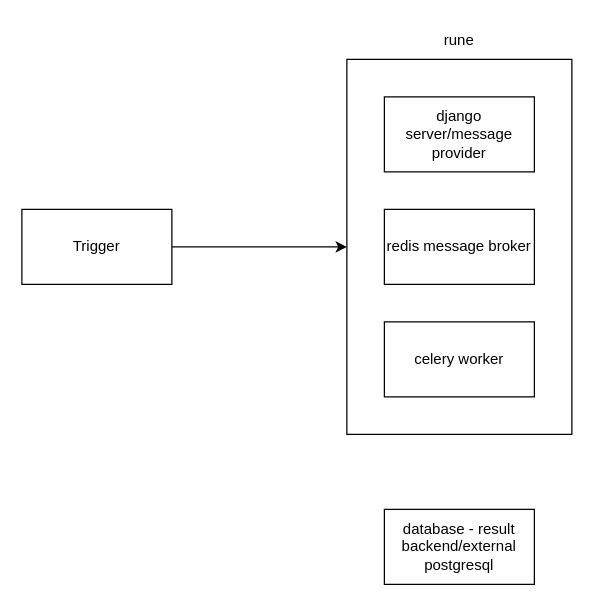
Before: page "rune" (4 of 10) of scanning_engine.drawio in abhijitacharya793/bolt, a draw.io diagram. Source tidied: cells renumbered, new cells numbered last; positions are measured from the earlier drawing's top-left corner, leaving out a move shared by most shapes. Both pictures are drawn from the tidied source at 125%, with x=0, y=0 at pixel (21, 21).
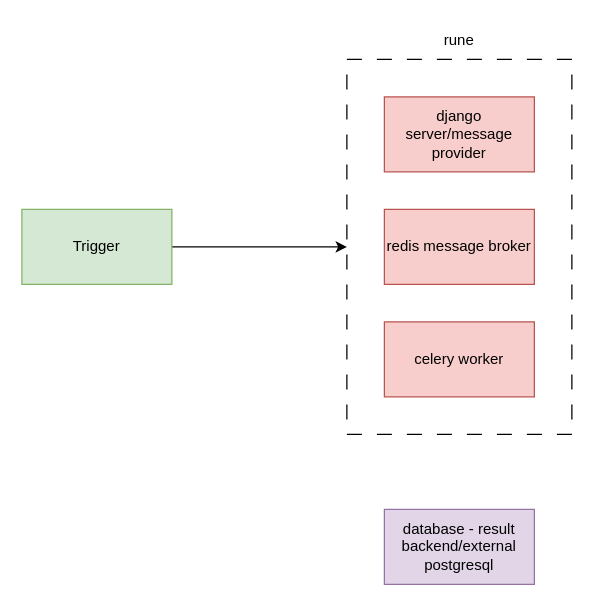
After the change.

The edit, as a diff of the source:
```diff
@@
 <mxGraphModel>
   <root>
     <mxCell id="0" />
     <mxCell id="1" parent="0" />
-    <mxCell id="2" style="rounded=0;whiteSpace=wrap;html=1;" parent="1" vertex="1">
+    <mxCell id="2" style="rounded=0;whiteSpace=wrap;html=1;dashed=1;dashPattern=12 12;" parent="1" vertex="1">
       <mxGeometry x="260" y="30" width="180" height="300" as="geometry" />
     </mxCell>
-    <mxCell id="3" value="django server/message provider" style="rounded=0;whiteSpace=wrap;html=1;" parent="1" vertex="1">
+    <mxCell id="3" value="django server/message provider" style="rounded=0;whiteSpace=wrap;html=1;fillColor=#f8cecc;strokeColor=#b85450;" parent="1" vertex="1">
       <mxGeometry x="290" y="60" width="120" height="60" as="geometry" />
     </mxCell>
-    <mxCell id="4" value="redis message broker" style="rounded=0;whiteSpace=wrap;html=1;" parent="1" vertex="1">
+    <mxCell id="4" value="redis message broker" style="rounded=0;whiteSpace=wrap;html=1;fillColor=#f8cecc;strokeColor=#b85450;" parent="1" vertex="1">
       <mxGeometry x="290" y="150" width="120" height="60" as="geometry" />
     </mxCell>
-    <mxCell id="5" value="celery worker" style="rounded=0;whiteSpace=wrap;html=1;" parent="1" vertex="1">
+    <mxCell id="5" value="celery worker" style="rounded=0;whiteSpace=wrap;html=1;fillColor=#f8cecc;strokeColor=#b85450;" parent="1" vertex="1">
       <mxGeometry x="290" y="240" width="120" height="60" as="geometry" />
     </mxCell>
-    <mxCell id="6" value="database - result backend/external postgresql" style="rounded=0;whiteSpace=wrap;html=1;" parent="1" vertex="1">
+    <mxCell id="6" value="database - result backend/external postgresql" style="rounded=0;whiteSpace=wrap;html=1;fillColor=#e1d5e7;strokeColor=#9673a6;" parent="1" vertex="1">
       <mxGeometry x="290" y="390" width="120" height="60" as="geometry" />
     </mxCell>
     <mxCell id="7" value="rune" style="text;html=1;strokeColor=none;fillColor=none;align=center;verticalAlign=middle;whiteSpace=wrap;rounded=0;" parent="1" vertex="1">
       <mxGeometry x="320" width="60" height="30" as="geometry" />
     </mxCell>
     <mxCell id="8" style="edgeStyle=orthogonalEdgeStyle;rounded=0;jettySize=auto;html=1;entryX=0;entryY=0.5;entryDx=0;entryDy=0;" parent="1" edge="1" source="9" target="2">
       <mxGeometry relative="1" as="geometry" />
     </mxCell>
-    <mxCell id="9" value="Trigger" style="rounded=0;whiteSpace=wrap;html=1;" parent="1" vertex="1">
+    <mxCell id="9" value="Trigger" style="rounded=0;whiteSpace=wrap;html=1;fillColor=#d5e8d4;strokeColor=#82b366;" parent="1" vertex="1">
       <mxGeometry y="150" width="120" height="60" as="geometry" />
     </mxCell>
   </root>
 </mxGraphModel>
```
